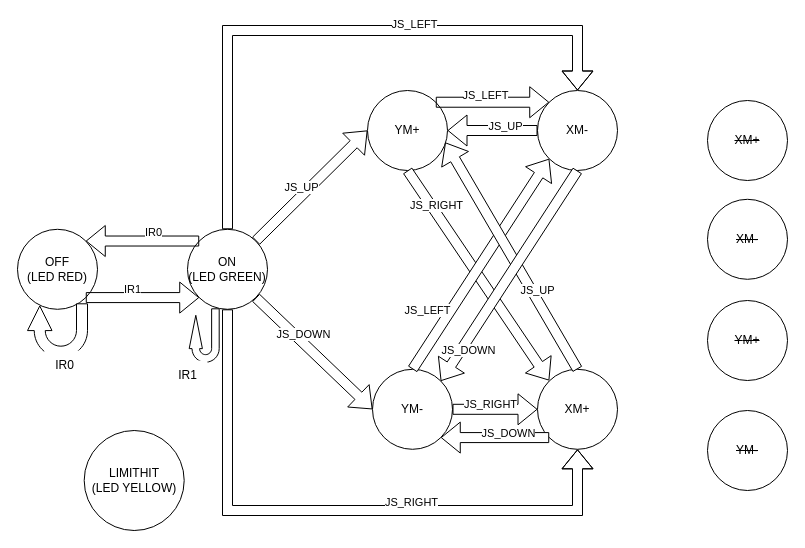
This is BasicCNCStateDiagramXY.drawio from lspark11/ENME-533-Project, a draw.io file, before an edit. Source tidied: cells renumbered, new cells numbered last; positions are measured from the earlier drawing's top-left corner, leaving out a move shared by most shapes. Both pictures are drawn from the tidied source at 100%, with x=0, y=0 at pixel (17, 30).
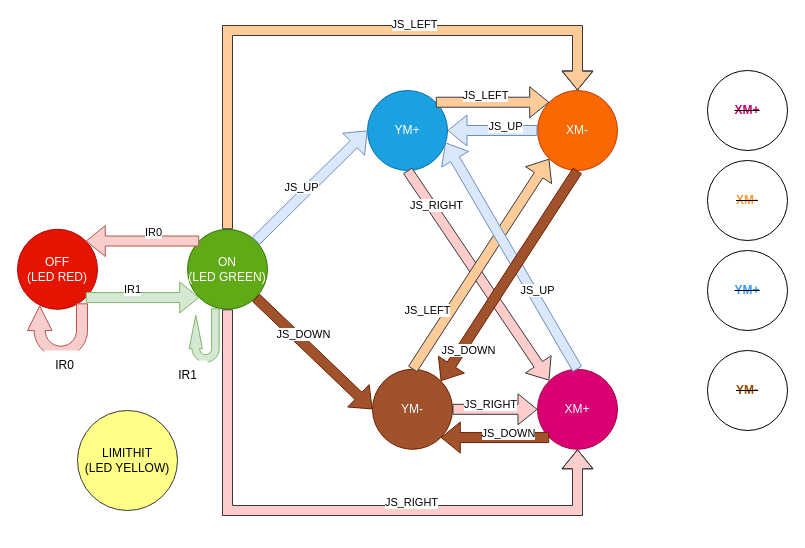
The same page after the edit.

What changed in the source:
```diff
@@
-    <mxCell id="2" value="XM+" style="ellipse;whiteSpace=wrap;html=1;" parent="1" vertex="1">
+    <mxCell id="2" value="XM+" style="ellipse;whiteSpace=wrap;html=1;fillColor=#d80073;strokeColor=#A50040;fontColor=#ffffff;" parent="1" vertex="1">
       <mxGeometry x="520" y="338.8" width="80" height="80" as="geometry" />
     </mxCell>
-    <mxCell id="3" value="YM-" style="ellipse;whiteSpace=wrap;html=1;" parent="1" vertex="1">
+    <mxCell id="3" value="YM-" style="ellipse;whiteSpace=wrap;html=1;fillColor=#a0522d;fontColor=#ffffff;strokeColor=#6D1F00;" parent="1" vertex="1">
       <mxGeometry x="355" y="338.8" width="80" height="80" as="geometry" />
     </mxCell>
-    <mxCell id="4" value="&lt;strike&gt;XM-&lt;/strike&gt;" style="ellipse;whiteSpace=wrap;html=1;" parent="1" vertex="1">
-      <mxGeometry x="690" y="168.8" width="80" height="80" as="geometry" />
+    <mxCell id="4" value="&lt;strike&gt;&lt;font style=&quot;color: rgb(255, 153, 51);&quot;&gt;&lt;b&gt;XM-&lt;/b&gt;&lt;/font&gt;&lt;/strike&gt;" style="ellipse;whiteSpace=wrap;html=1;" parent="1" vertex="1">
+      <mxGeometry x="690" y="130" width="80" height="80" as="geometry" />
     </mxCell>
-    <mxCell id="5" value="Y&lt;span style=&quot;background-color: transparent; color: light-dark(rgb(0, 0, 0), rgb(255, 255, 255));&quot;&gt;M+&lt;/span&gt;" style="ellipse;whiteSpace=wrap;html=1;" parent="1" vertex="1">
+    <mxCell id="5" value="&lt;font&gt;Y&lt;span style=&quot;background-color: transparent;&quot;&gt;M+&lt;/span&gt;&lt;/font&gt;" style="ellipse;whiteSpace=wrap;html=1;fillColor=#1ba1e2;fontColor=#ffffff;strokeColor=#006EAF;" parent="1" vertex="1">
       <mxGeometry x="350" y="60" width="80" height="80" as="geometry" />
     </mxCell>
-    <mxCell id="6" value="ON&lt;div&gt;(LED GREEN)&lt;/div&gt;" style="ellipse;whiteSpace=wrap;html=1;" parent="1" vertex="1">
+    <mxCell id="6" value="ON&lt;div&gt;(LED GREEN)&lt;/div&gt;" style="ellipse;whiteSpace=wrap;html=1;fillColor=#60a917;strokeColor=#2D7600;fontColor=#ffffff;" parent="1" vertex="1">
       <mxGeometry x="170" y="198.8" width="80" height="80" as="geometry" />
     </mxCell>
-    <mxCell id="7" value="OFF&lt;div&gt;(LED RED)&lt;/div&gt;" style="ellipse;whiteSpace=wrap;html=1;" parent="1" vertex="1">
+    <mxCell id="7" value="OFF&lt;div&gt;(LED RED)&lt;/div&gt;" style="ellipse;whiteSpace=wrap;html=1;fillColor=#e51400;strokeColor=#B20000;fontColor=#ffffff;" parent="1" vertex="1">
       <mxGeometry y="198.8" width="80" height="80" as="geometry" />
     </mxCell>
-    <mxCell id="8" value="LIMITHIT&lt;div&gt;(LED YELLOW)&lt;/div&gt;" style="ellipse;whiteSpace=wrap;html=1;" parent="1" vertex="1">
-      <mxGeometry x="66.7" y="400" width="100" height="100" as="geometry" />
+    <mxCell id="8" value="LIMITHIT&lt;div&gt;(LED YELLOW)&lt;/div&gt;" style="ellipse;whiteSpace=wrap;html=1;fillColor=#ffff88;strokeColor=#36393d;" parent="1" vertex="1">
+      <mxGeometry x="60" y="380" width="100" height="100" as="geometry" />
     </mxCell>
-    <mxCell id="9" value="&lt;strike&gt;XM+&lt;/strike&gt;" style="ellipse;whiteSpace=wrap;html=1;" parent="1" vertex="1">
-      <mxGeometry x="690" y="70" width="80" height="80" as="geometry" />
+    <mxCell id="9" value="&lt;strike&gt;&lt;font style=&quot;color: rgb(204, 0, 102);&quot;&gt;&lt;b&gt;XM+&lt;/b&gt;&lt;/font&gt;&lt;/strike&gt;" style="ellipse;whiteSpace=wrap;html=1;" parent="1" vertex="1">
+      <mxGeometry x="690" y="40" width="80" height="80" as="geometry" />
     </mxCell>
-    <mxCell id="10" value="XM-" style="ellipse;whiteSpace=wrap;html=1;" parent="1" vertex="1">
+    <mxCell id="10" value="&lt;font style=&quot;color: light-dark(rgb(255, 255, 255), rgb(237, 237, 237));&quot;&gt;XM-&lt;/font&gt;" style="ellipse;whiteSpace=wrap;html=1;fillColor=#fa6800;fontColor=#000000;strokeColor=#C73500;" parent="1" vertex="1">
       <mxGeometry x="520" y="60" width="80" height="80" as="geometry" />
     </mxCell>
-    <mxCell id="11" value="&lt;strike&gt;Y&lt;span style=&quot;background-color: transparent; color: light-dark(rgb(0, 0, 0), rgb(255, 255, 255));&quot;&gt;M+&lt;/span&gt;&lt;/strike&gt;" style="ellipse;whiteSpace=wrap;html=1;" parent="1" vertex="1">
-      <mxGeometry x="690" y="270" width="80" height="80" as="geometry" />
+    <mxCell id="11" value="&lt;strike&gt;&lt;font style=&quot;color: rgb(51, 153, 255);&quot;&gt;&lt;b&gt;Y&lt;span style=&quot;background-color: transparent;&quot;&gt;M+&lt;/span&gt;&lt;/b&gt;&lt;/font&gt;&lt;/strike&gt;" style="ellipse;whiteSpace=wrap;html=1;" parent="1" vertex="1">
+      <mxGeometry x="690" y="220" width="80" height="80" as="geometry" />
     </mxCell>
-    <mxCell id="12" value="&lt;strike&gt;YM-&lt;/strike&gt;" style="ellipse;whiteSpace=wrap;html=1;" parent="1" vertex="1">
-      <mxGeometry x="690" y="380" width="80" height="80" as="geometry" />
+    <mxCell id="12" value="&lt;strike&gt;&lt;font style=&quot;color: rgb(153, 76, 0);&quot;&gt;&lt;b style=&quot;&quot;&gt;YM-&lt;/b&gt;&lt;/font&gt;&lt;/strike&gt;" style="ellipse;whiteSpace=wrap;html=1;" parent="1" vertex="1">
+      <mxGeometry x="690" y="320" width="80" height="80" as="geometry" />
     </mxCell>
-    <mxCell id="13" style="shape=flexArrow;endArrow=classic;html=1;rounded=0;exitX=1;exitY=1;exitDx=0;exitDy=0;entryX=0;entryY=1;entryDx=0;entryDy=0;" parent="1" edge="1" source="7" target="6">
+    <mxCell id="13" style="shape=flexArrow;endArrow=classic;html=1;rounded=0;exitX=1;exitY=1;exitDx=0;exitDy=0;entryX=0;entryY=1;entryDx=0;entryDy=0;fillColor=#d5e8d4;strokeColor=#82b366;" parent="1" edge="1" source="7" target="6">
       <mxGeometry relative="1" as="geometry" />
     </mxCell>
@@
-    <mxCell id="15" style="html=1;shadow=0;dashed=0;align=center;verticalAlign=middle;shape=mxgraph.arrows2.uTurnArrow;dy=3.78;arrowHead=13.22;dx2=33.33;rotation=-90;" parent="1" vertex="1">
+    <mxCell id="15" style="html=1;shadow=0;dashed=0;align=center;verticalAlign=middle;shape=mxgraph.arrows2.uTurnArrow;dy=3.78;arrowHead=13.22;dx2=33.33;rotation=-90;fillColor=#d5e8d4;strokeColor=#82b366;" parent="1" vertex="1">
       <mxGeometry x="160" y="290" width="53.4" height="30" as="geometry" />
     </mxCell>
@@
-    <mxCell id="17" style="shape=flexArrow;endArrow=classic;html=1;rounded=0;exitX=0;exitY=0;exitDx=0;exitDy=0;entryX=1;entryY=0;entryDx=0;entryDy=0;" parent="1" edge="1" source="6" target="7">
+    <mxCell id="17" style="shape=flexArrow;endArrow=classic;html=1;rounded=0;exitX=0;exitY=0;exitDx=0;exitDy=0;entryX=1;entryY=0;entryDx=0;entryDy=0;fillColor=#f8cecc;strokeColor=#b85450;" parent="1" edge="1" source="6" target="7">
       <mxGeometry relative="1" as="geometry" />
     </mxCell>
@@
-    <mxCell id="19" style="html=1;shadow=0;dashed=0;align=center;verticalAlign=middle;shape=mxgraph.arrows2.uTurnArrow;dy=5.5;arrowHead=24.5;dx2=24.59;rotation=-90;" parent="1" vertex="1">
+    <mxCell id="19" style="html=1;shadow=0;dashed=0;align=center;verticalAlign=middle;shape=mxgraph.arrows2.uTurnArrow;dy=5.5;arrowHead=24.5;dx2=24.59;rotation=-90;fillColor=#f8cecc;strokeColor=#b85450;" parent="1" vertex="1">
       <mxGeometry x="13.3" y="270" width="53.4" height="60" as="geometry" />
     </mxCell>
@@
-    <mxCell id="21" style="shape=flexArrow;endArrow=classic;html=1;rounded=0;entryX=0;entryY=0.5;entryDx=0;entryDy=0;exitX=1;exitY=0.5;exitDx=0;exitDy=0;fillColor=default;" parent="1" edge="1" source="3" target="2">
+    <mxCell id="21" style="shape=flexArrow;endArrow=classic;html=1;rounded=0;entryX=0;entryY=0.5;entryDx=0;entryDy=0;exitX=1;exitY=0.5;exitDx=0;exitDy=0;fillColor=#ffcccc;strokeColor=#36393d;" parent="1" edge="1" source="3" target="2">
       <mxGeometry relative="1" as="geometry" />
     </mxCell>
@@
-    <mxCell id="23" style="shape=flexArrow;endArrow=classic;html=1;rounded=0;entryX=0;entryY=0;entryDx=0;entryDy=0;exitX=1;exitY=0;exitDx=0;exitDy=0;" parent="1" edge="1" source="5" target="10">
+    <mxCell id="23" style="shape=flexArrow;endArrow=classic;html=1;rounded=0;entryX=0;entryY=0;entryDx=0;entryDy=0;exitX=1;exitY=0;exitDx=0;exitDy=0;fillColor=#ffcc99;strokeColor=#36393d;" parent="1" edge="1" source="5" target="10">
       <mxGeometry relative="1" as="geometry" />
     </mxCell>
@@
-    <mxCell id="26" style="shape=flexArrow;endArrow=classic;html=1;rounded=0;entryX=0;entryY=0.5;entryDx=0;entryDy=0;exitX=1;exitY=0;exitDx=0;exitDy=0;" parent="1" edge="1" source="6" target="5">
+    <mxCell id="26" style="shape=flexArrow;endArrow=classic;html=1;rounded=0;entryX=0;entryY=0.5;entryDx=0;entryDy=0;exitX=1;exitY=0;exitDx=0;exitDy=0;fillColor=#dae8fc;strokeColor=#6c8ebf;" parent="1" edge="1" source="6" target="5">
       <mxGeometry relative="1" as="geometry" />
     </mxCell>
@@
-    <mxCell id="28" style="shape=flexArrow;endArrow=classic;html=1;rounded=0;entryX=0;entryY=0.5;entryDx=0;entryDy=0;exitX=1;exitY=1;exitDx=0;exitDy=0;" parent="1" edge="1" source="6" target="3">
+    <mxCell id="28" style="shape=flexArrow;endArrow=classic;html=1;rounded=0;entryX=0;entryY=0.5;entryDx=0;entryDy=0;exitX=1;exitY=1;exitDx=0;exitDy=0;fillColor=#a0522d;strokeColor=#6D1F00;" parent="1" edge="1" source="6" target="3">
       <mxGeometry relative="1" as="geometry" />
     </mxCell>
@@
-    <mxCell id="30" style="shape=flexArrow;endArrow=classic;html=1;rounded=0;entryX=0;entryY=0;entryDx=0;entryDy=0;exitX=0.5;exitY=1;exitDx=0;exitDy=0;fillColor=default;" parent="1" edge="1" source="5">
+    <mxCell id="30" style="shape=flexArrow;endArrow=classic;html=1;rounded=0;entryX=0;entryY=0;entryDx=0;entryDy=0;exitX=0.5;exitY=1;exitDx=0;exitDy=0;fillColor=#ffcccc;strokeColor=#36393d;" parent="1" edge="1" source="5">
       <mxGeometry relative="1" as="geometry">
         <mxPoint x="531.7" y="350" as="targetPoint" />
       </mxGeometry>
     </mxCell>
@@
-    <mxCell id="32" style="shape=flexArrow;endArrow=classic;html=1;rounded=0;entryX=0;entryY=1;entryDx=0;entryDy=0;exitX=0.5;exitY=0;exitDx=0;exitDy=0;fillColor=default;" parent="1" edge="1" source="3" target="10">
+    <mxCell id="32" style="shape=flexArrow;endArrow=classic;html=1;rounded=0;entryX=0;entryY=1;entryDx=0;entryDy=0;exitX=0.5;exitY=0;exitDx=0;exitDy=0;fillColor=#ffcc99;strokeColor=#36393d;" parent="1" edge="1" source="3" target="10">
       <mxGeometry relative="1" as="geometry" />
     </mxCell>
@@
-    <mxCell id="34" style="shape=flexArrow;endArrow=classic;html=1;rounded=0;exitX=0.5;exitY=1;exitDx=0;exitDy=0;entryX=0.5;entryY=1;entryDx=0;entryDy=0;" parent="1" edge="1" source="6" target="2">
+    <mxCell id="34" style="shape=flexArrow;endArrow=classic;html=1;rounded=0;exitX=0.5;exitY=1;exitDx=0;exitDy=0;entryX=0.5;entryY=1;entryDx=0;entryDy=0;fillColor=#ffcccc;strokeColor=#36393d;" parent="1" edge="1" source="6" target="2">
       <mxGeometry relative="1" as="geometry">
         <Array as="points">
           <mxPoint x="210" y="480" />
           <mxPoint x="560" y="480" />
         </Array>
       </mxGeometry>
     </mxCell>
@@
-    <mxCell id="36" style="shape=flexArrow;endArrow=classic;html=1;rounded=0;entryX=0.5;entryY=0;entryDx=0;entryDy=0;exitX=0.5;exitY=0;exitDx=0;exitDy=0;" parent="1" edge="1" source="6" target="10">
+    <mxCell id="36" style="shape=flexArrow;endArrow=classic;html=1;rounded=0;entryX=0.5;entryY=0;entryDx=0;entryDy=0;exitX=0.5;exitY=0;exitDx=0;exitDy=0;fillColor=#ffcc99;strokeColor=#36393d;" parent="1" edge="1" source="6" target="10">
       <mxGeometry relative="1" as="geometry">
         <Array as="points">
           <mxPoint x="210" />
           <mxPoint x="560" />
         </Array>
       </mxGeometry>
     </mxCell>
@@
-    <mxCell id="38" style="shape=flexArrow;endArrow=classic;html=1;rounded=0;entryX=1;entryY=1;entryDx=0;entryDy=0;exitX=0;exitY=1;exitDx=0;exitDy=0;fillColor=default;" parent="1" edge="1" source="2" target="3">
+    <mxCell id="38" style="shape=flexArrow;endArrow=classic;html=1;rounded=0;entryX=1;entryY=1;entryDx=0;entryDy=0;exitX=0;exitY=1;exitDx=0;exitDy=0;fillColor=#a0522d;strokeColor=#6D1F00;" parent="1" edge="1" source="2" target="3">
       <mxGeometry relative="1" as="geometry" />
     </mxCell>
@@
-    <mxCell id="40" style="shape=flexArrow;endArrow=classic;html=1;rounded=0;entryX=1;entryY=0.5;entryDx=0;entryDy=0;exitX=0;exitY=0.5;exitDx=0;exitDy=0;fillColor=default;" parent="1" edge="1" source="10" target="5">
+    <mxCell id="40" style="shape=flexArrow;endArrow=classic;html=1;rounded=0;entryX=1;entryY=0.5;entryDx=0;entryDy=0;exitX=0;exitY=0.5;exitDx=0;exitDy=0;fillColor=#dae8fc;strokeColor=#6c8ebf;" parent="1" edge="1" source="10" target="5">
       <mxGeometry relative="1" as="geometry" />
     </mxCell>
@@
-    <mxCell id="42" style="shape=flexArrow;endArrow=classic;html=1;rounded=0;entryX=0.972;entryY=0.649;entryDx=0;entryDy=0;exitX=0.5;exitY=0;exitDx=0;exitDy=0;fillColor=default;entryPerimeter=0;" parent="1" edge="1" source="2" target="5">
+    <mxCell id="42" style="shape=flexArrow;endArrow=classic;html=1;rounded=0;entryX=0.972;entryY=0.649;entryDx=0;entryDy=0;exitX=0.5;exitY=0;exitDx=0;exitDy=0;fillColor=#dae8fc;entryPerimeter=0;strokeColor=#6c8ebf;" parent="1" edge="1" source="2" target="5">
       <mxGeometry relative="1" as="geometry" />
     </mxCell>
@@
-    <mxCell id="44" style="shape=flexArrow;endArrow=classic;html=1;rounded=0;entryX=1;entryY=0;entryDx=0;entryDy=0;exitX=0.5;exitY=1;exitDx=0;exitDy=0;fillColor=default;" parent="1" edge="1" source="10" target="3">
+    <mxCell id="44" style="shape=flexArrow;endArrow=classic;html=1;rounded=0;entryX=1;entryY=0;entryDx=0;entryDy=0;exitX=0.5;exitY=1;exitDx=0;exitDy=0;fillColor=#a0522d;strokeColor=#6D1F00;" parent="1" edge="1" source="10" target="3">
       <mxGeometry relative="1" as="geometry" />
     </mxCell>
```
